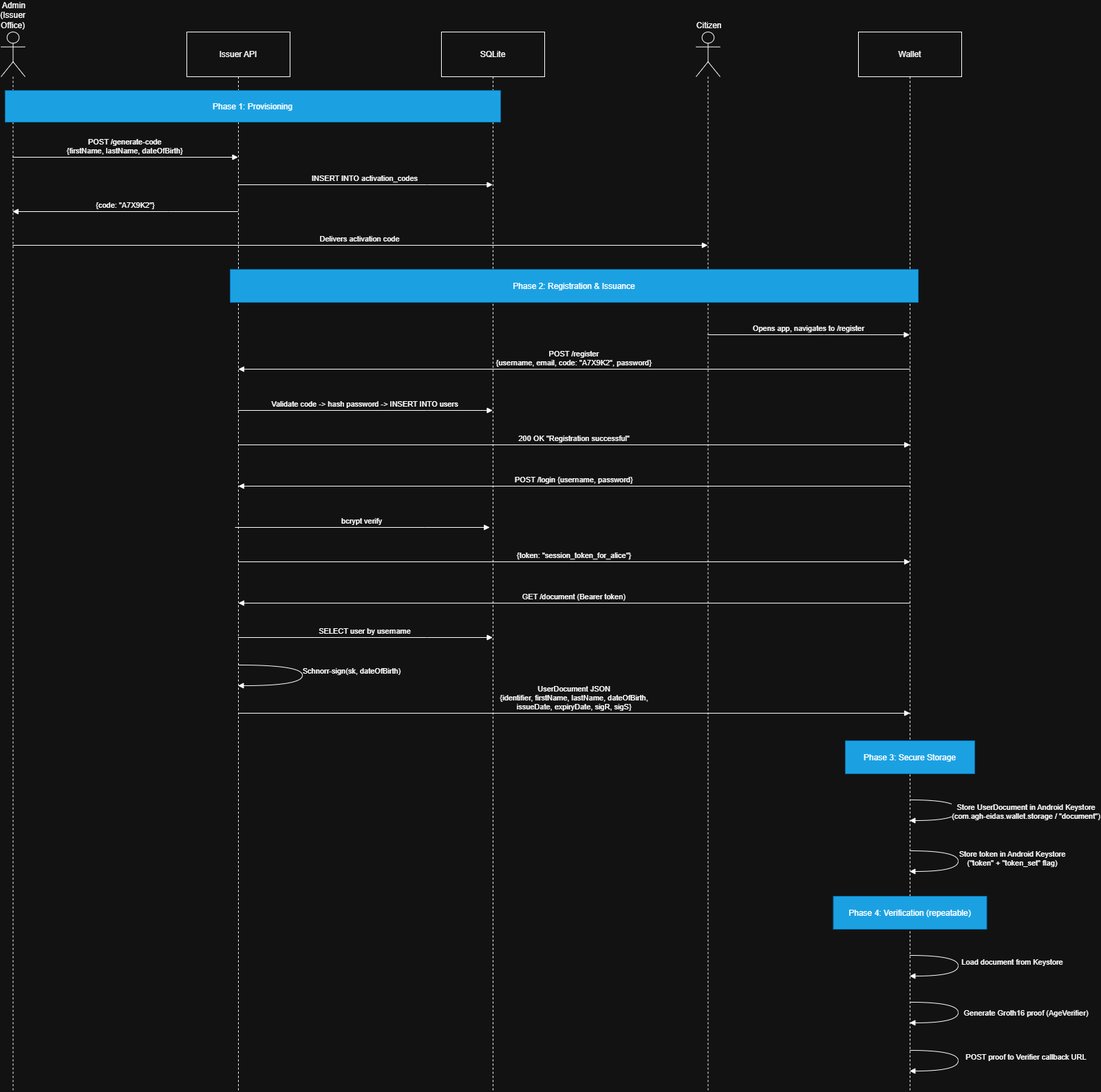
Before: docs/diagrams/Credential_Lifecycle.png, a diagram exported from draw.io (MateuszSzelecki/AGH-eIDAS). Source tidied: cells renumbered, new cells last; positions are measured from the earlier drawing's top-left corner, leaving out a move shared by most shapes.
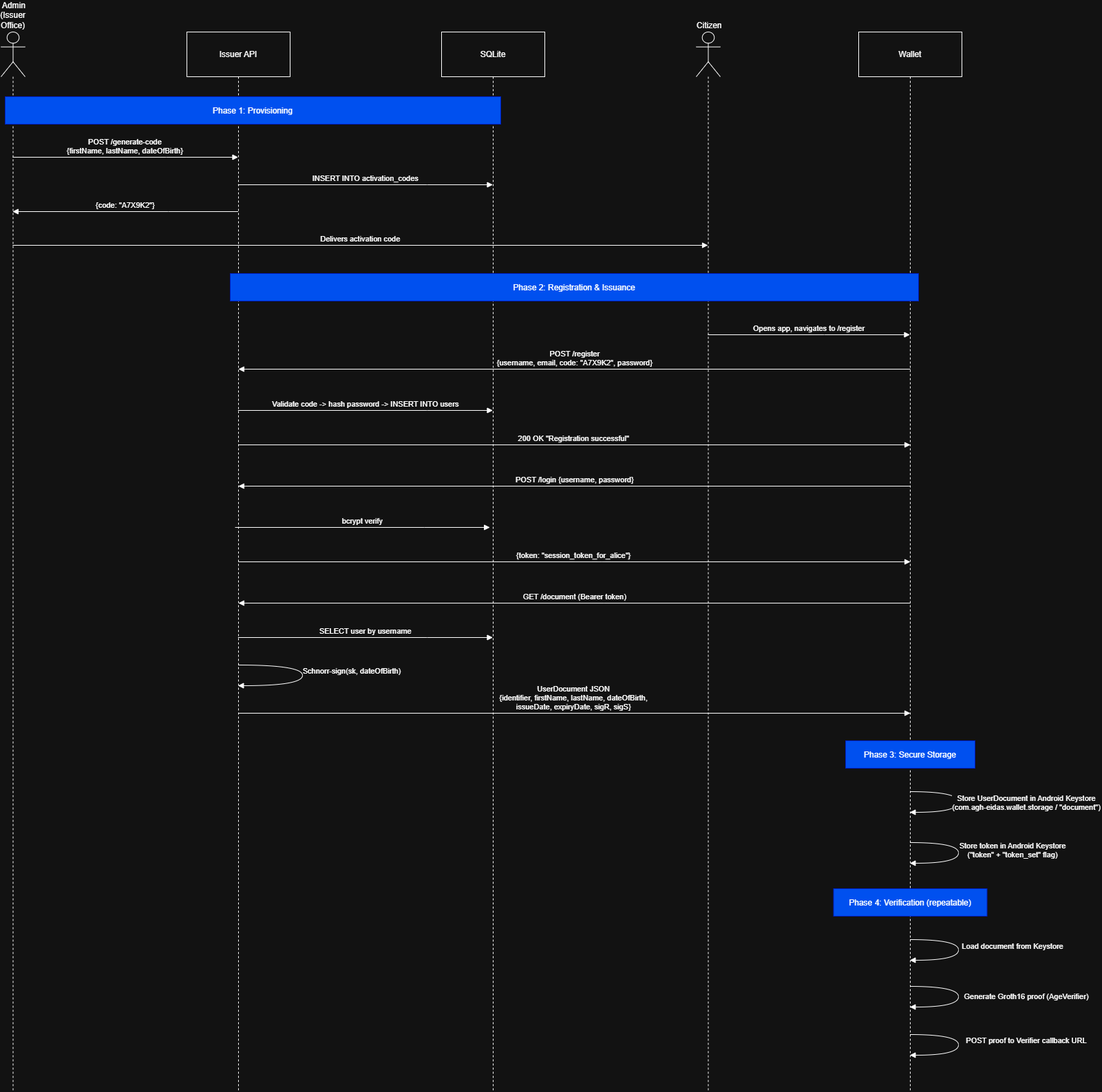
After the change.

Commit message:
new diagrams for presentation

What changed in the source:
```diff
@@ -155,67 +155,67 @@
     </mxCell>
     <mxCell id="22" value="Store UserDocument in Android Keystore&#10;(com.agh-eidas.wallet.storage / &quot;document&quot;)" style="curved=1;endArrow=block;rounded=0;" parent="1" edge="1">
       <mxGeometry x="0.02" y="99" relative="1" as="geometry">
-        <mxPoint x="1320.3" y="1116" as="sourcePoint" />
-        <mxPoint x="1320.3" y="1146" as="targetPoint" />
+        <mxPoint x="1320.3" y="1104" as="sourcePoint" />
+        <mxPoint x="1320.3" y="1134" as="targetPoint" />
         <Array as="points">
-          <mxPoint x="1391" y="1116" />
-          <mxPoint x="1391" y="1146" />
+          <mxPoint x="1391" y="1104" />
+          <mxPoint x="1391" y="1134" />
         </Array>
         <mxPoint y="-1" as="offset" />
       </mxGeometry>
     </mxCell>
     <mxCell id="23" value="Store token in Android Keystore&#10;(&quot;token&quot; + &quot;token_set&quot; flag)" style="curved=1;endArrow=block;rounded=0;" parent="1" edge="1">
       <mxGeometry x="-0.05" y="79" relative="1" as="geometry">
-        <mxPoint x="1320.3" y="1190" as="sourcePoint" />
-        <mxPoint x="1320.3" y="1220" as="targetPoint" />
+        <mxPoint x="1320.3" y="1178" as="sourcePoint" />
+        <mxPoint x="1320.3" y="1208" as="targetPoint" />
         <Array as="points">
-          <mxPoint x="1391" y="1190" />
-          <mxPoint x="1391" y="1220" />
+          <mxPoint x="1391" y="1178" />
+          <mxPoint x="1391" y="1208" />
         </Array>
       </mxGeometry>
     </mxCell>
     <mxCell id="24" value="Load document from Keystore" style="curved=1;endArrow=block;rounded=0;" parent="1" edge="1">
       <mxGeometry x="-0.07" y="79" relative="1" as="geometry">
-        <mxPoint x="1320.3" y="1342" as="sourcePoint" />
-        <mxPoint x="1320.3" y="1372" as="targetPoint" />
+        <mxPoint x="1320.3" y="1319" as="sourcePoint" />
+        <mxPoint x="1320.3" y="1349" as="targetPoint" />
         <Array as="points">
-          <mxPoint x="1391" y="1342" />
-          <mxPoint x="1391" y="1372" />
+          <mxPoint x="1391" y="1319" />
+          <mxPoint x="1391" y="1349" />
         </Array>
       </mxGeometry>
     </mxCell>
     <mxCell id="25" value="Generate Groth16 proof (AgeVerifier)" style="curved=1;endArrow=block;rounded=0;" parent="1" edge="1">
       <mxGeometry y="99" relative="1" as="geometry">
-        <mxPoint x="1320.3" y="1410" as="sourcePoint" />
-        <mxPoint x="1320.3" y="1440" as="targetPoint" />
+        <mxPoint x="1320.3" y="1387" as="sourcePoint" />
+        <mxPoint x="1320.3" y="1417" as="targetPoint" />
         <Array as="points">
-          <mxPoint x="1391" y="1410" />
-          <mxPoint x="1391" y="1440" />
+          <mxPoint x="1391" y="1387" />
+          <mxPoint x="1391" y="1417" />
         </Array>
       </mxGeometry>
     </mxCell>
     <mxCell id="26" value="POST proof to Verifier callback URL" style="curved=1;endArrow=block;rounded=0;" parent="1" edge="1">
       <mxGeometry x="-0.06" y="99" relative="1" as="geometry">
-        <mxPoint x="1320.3" y="1480" as="sourcePoint" />
-        <mxPoint x="1320.3" y="1510" as="targetPoint" />
+        <mxPoint x="1320.3" y="1457" as="sourcePoint" />
+        <mxPoint x="1320.3" y="1487" as="targetPoint" />
         <Array as="points">
-          <mxPoint x="1391" y="1480" />
-          <mxPoint x="1391" y="1510" />
+          <mxPoint x="1391" y="1457" />
+          <mxPoint x="1391" y="1487" />
         </Array>
         <mxPoint y="-1" as="offset" />
       </mxGeometry>
     </mxCell>
-    <mxCell id="27" value="Phase 1: Provisioning" style="fillColor=#1ba1e2;strokeColor=#006EAF;fontColor=#ffffff;" parent="1" vertex="1">
-      <mxGeometry x="6" y="85" width="720" height="46" as="geometry" />
+    <mxCell id="27" value="Phase 1: Provisioning" style="fillColor=#0050ef;strokeColor=#001DBC;fontColor=#ffffff;" parent="1" vertex="1">
+      <mxGeometry x="6" y="94" width="720" height="40" as="geometry" />
     </mxCell>
-    <mxCell id="28" value="Phase 2: Registration &amp; Issuance" style="fillColor=#1ba1e2;strokeColor=#006EAF;fontColor=#ffffff;" parent="1" vertex="1">
-      <mxGeometry x="333" y="345" width="1000" height="48" as="geometry" />
+    <mxCell id="28" value="Phase 2: Registration &amp; Issuance" style="fillColor=#0050ef;strokeColor=#001DBC;fontColor=#ffffff;" parent="1" vertex="1">
+      <mxGeometry x="333" y="351" width="1000" height="40" as="geometry" />
     </mxCell>
-    <mxCell id="29" value="Phase 3: Secure Storage" style="fillColor=#1ba1e2;strokeColor=#006EAF;fontColor=#ffffff;" parent="1" vertex="1">
-      <mxGeometry x="1227" y="1030" width="188" height="48" as="geometry" />
+    <mxCell id="29" value="Phase 3: Secure Storage" style="fillColor=#0050ef;strokeColor=#001DBC;fontColor=#ffffff;" parent="1" vertex="1">
+      <mxGeometry x="1227" y="1030" width="188" height="40" as="geometry" />
     </mxCell>
-    <mxCell id="30" value="Phase 4: Verification (repeatable)" style="fillColor=#1ba1e2;strokeColor=#006EAF;fontColor=#ffffff;" parent="1" vertex="1">
-      <mxGeometry x="1209.5" y="1256" width="223" height="48" as="geometry" />
+    <mxCell id="30" value="Phase 4: Verification (repeatable)" style="fillColor=#0050ef;strokeColor=#001DBC;fontColor=#ffffff;" parent="1" vertex="1">
+      <mxGeometry x="1209.5" y="1245" width="223" height="40" as="geometry" />
     </mxCell>
   </root>
 </mxGraphModel>
```
